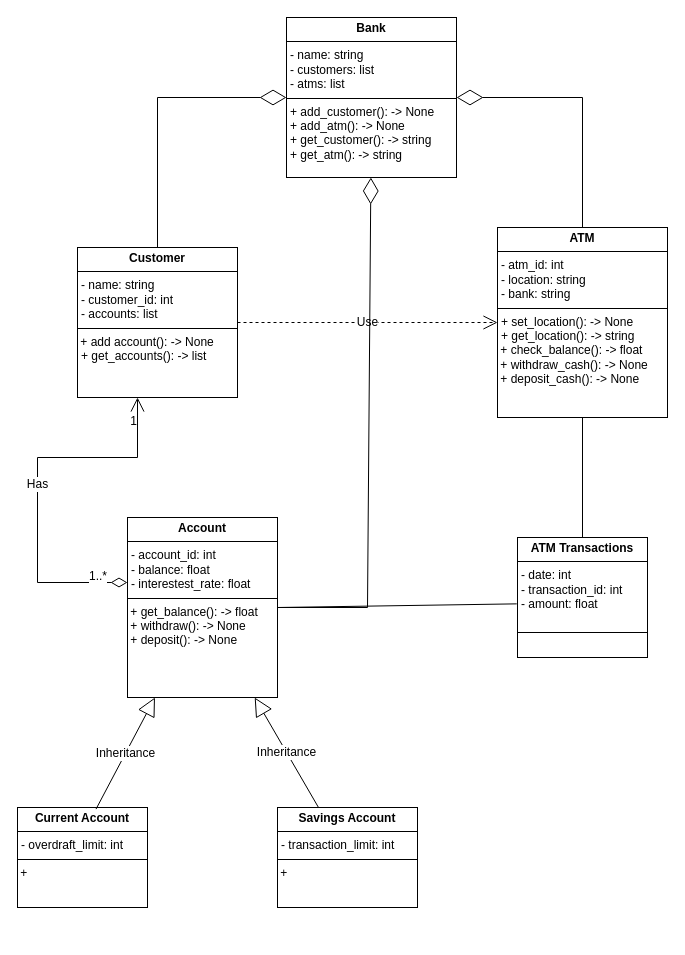
benspz/himolde_spring25 keeps this draw.io diagram as assignment2_class_diagram.drawio. Above is the earlier version. Source tidied: cells renumbered, new cells numbered last; positions are measured from the earlier drawing's top-left corner, leaving out a move shared by most shapes. Both pictures are drawn from the tidied source at 100%, with x=0, y=0 at pixel (17, 17).
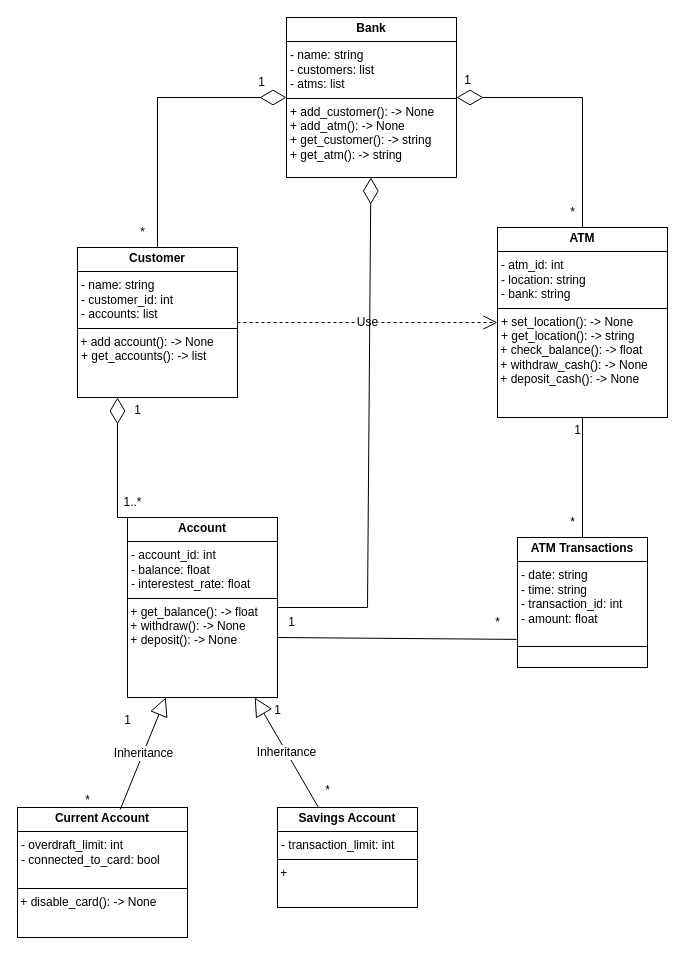
The same page after the edit.

Unchanged cells that the change refers to:
```xml
<mxCell id="3" value="&lt;p style=&quot;margin:0px;margin-top:4px;text-align:center;&quot;&gt;&lt;b&gt;ATM&lt;/b&gt;&lt;/p&gt;&lt;hr size=&quot;1&quot; style=&quot;border-style:solid;&quot;&gt;&lt;p style=&quot;margin:0px;margin-left:4px;&quot;&gt;- atm_id: int&lt;/p&gt;&lt;p style=&quot;margin:0px;margin-left:4px;&quot;&gt;- location: string&lt;/p&gt;&lt;p style=&quot;margin:0px;margin-left:4px;&quot;&gt;- bank: string&lt;/p&gt;&lt;hr size=&quot;1&quot; style=&quot;border-style:solid;&quot;&gt;&lt;p style=&quot;margin:0px;margin-left:4px;&quot;&gt;+ set_location(): -&amp;gt; None&lt;/p&gt;&lt;p style=&quot;margin:0px;margin-left:4px;&quot;&gt;+ get_location(): -&amp;gt; string&lt;/p&gt;&lt;div&gt;&amp;nbsp;+ check_balance(): -&amp;gt; float&lt;/div&gt;&lt;div&gt;&amp;nbsp;+ withdraw_cash(): -&amp;gt; None&lt;/div&gt;&lt;div&gt;&amp;nbsp;+ deposit_cash(): -&amp;gt; None&lt;/div&gt;&lt;p style=&quot;margin:0px;margin-left:4px;&quot;&gt;&lt;br&gt;&lt;/p&gt;" style="verticalAlign=top;align=left;overflow=fill;html=1;whiteSpace=wrap;fontFamily=Helvetica;fontSize=12;fontColor=default;fillColor=none;gradientColor=none;" parent="1" vertex="1">
  <mxGeometry x="480" y="210" width="170" height="190" as="geometry" />
</mxCell>
<mxCell id="4" value="&lt;p style=&quot;margin:0px;margin-top:4px;text-align:center;&quot;&gt;&lt;b&gt;Customer&lt;/b&gt;&lt;/p&gt;&lt;hr size=&quot;1&quot; style=&quot;border-style:solid;&quot;&gt;&lt;p style=&quot;margin:0px;margin-left:4px;&quot;&gt;- name: string&lt;/p&gt;&lt;p style=&quot;margin:0px;margin-left:4px;&quot;&gt;- customer_id: int&lt;/p&gt;&lt;p style=&quot;margin:0px;margin-left:4px;&quot;&gt;- accounts: list&lt;/p&gt;&lt;hr size=&quot;1&quot; style=&quot;border-style:solid;&quot;&gt;&amp;nbsp;+ add account(): -&amp;gt; None&lt;p style=&quot;margin:0px;margin-left:4px;&quot;&gt;+ get_accounts(): -&amp;gt; list&lt;/p&gt;&lt;p style=&quot;margin:0px;margin-left:4px;&quot;&gt;&lt;br&gt;&lt;/p&gt;" style="verticalAlign=top;align=left;overflow=fill;html=1;whiteSpace=wrap;fontFamily=Helvetica;fontSize=12;fontColor=default;fillColor=none;gradientColor=none;" parent="1" vertex="1">
  <mxGeometry x="60" y="230" width="160" height="150" as="geometry" />
</mxCell>
<mxCell id="6" value="&lt;p style=&quot;margin:0px;margin-top:4px;text-align:center;&quot;&gt;&lt;b&gt;Account&lt;/b&gt;&lt;/p&gt;&lt;hr size=&quot;1&quot; style=&quot;border-style:solid;&quot;&gt;&lt;p style=&quot;margin:0px;margin-left:4px;&quot;&gt;- account_id: int&lt;/p&gt;&lt;p style=&quot;margin:0px;margin-left:4px;&quot;&gt;- balance: float&lt;/p&gt;&lt;p style=&quot;margin:0px;margin-left:4px;&quot;&gt;- interestest_rate: float&lt;/p&gt;&lt;hr size=&quot;1&quot; style=&quot;border-style:solid;&quot;&gt;&lt;div&gt;&amp;nbsp;+ get_balance(): -&amp;gt; float&lt;/div&gt;&lt;div&gt;&amp;nbsp;+ withdraw(): -&amp;gt; None&lt;/div&gt;&lt;div&gt;&amp;nbsp;+ deposit(): -&amp;gt; None&lt;/div&gt;&lt;div&gt;&lt;br&gt;&lt;/div&gt;&lt;p style=&quot;margin:0px;margin-left:4px;&quot;&gt;&lt;br&gt;&lt;/p&gt;" style="verticalAlign=top;align=left;overflow=fill;html=1;whiteSpace=wrap;fontFamily=Helvetica;fontSize=12;fontColor=default;fillColor=none;gradientColor=none;" parent="1" vertex="1">
  <mxGeometry x="110" y="500" width="150" height="180" as="geometry" />
</mxCell>
```

Change to the diagram source:
```diff
@@
-    <mxCell id="5" value="&lt;p style=&quot;margin:0px;margin-top:4px;text-align:center;&quot;&gt;&lt;b&gt;Current Account&lt;/b&gt;&lt;/p&gt;&lt;hr size=&quot;1&quot; style=&quot;border-style:solid;&quot;&gt;&lt;p style=&quot;margin:0px;margin-left:4px;&quot;&gt;- overdraft_limit: int&lt;/p&gt;&lt;hr size=&quot;1&quot; style=&quot;border-style:solid;&quot;&gt;&amp;nbsp;+ &lt;br&gt;&lt;p style=&quot;margin:0px;margin-left:4px;&quot;&gt;&lt;br&gt;&lt;/p&gt;" style="verticalAlign=top;align=left;overflow=fill;html=1;whiteSpace=wrap;fontFamily=Helvetica;fontSize=12;fontColor=default;fillColor=none;gradientColor=none;" parent="1" vertex="1">
-      <mxGeometry y="790" width="130" height="100" as="geometry" />
+    <mxCell id="5" value="&lt;p style=&quot;margin:0px;margin-top:4px;text-align:center;&quot;&gt;&lt;b&gt;Current Account&lt;/b&gt;&lt;/p&gt;&lt;hr size=&quot;1&quot; style=&quot;border-style:solid;&quot;&gt;&lt;p style=&quot;margin:0px;margin-left:4px;&quot;&gt;- overdraft_limit: int&lt;/p&gt;&lt;p style=&quot;margin:0px;margin-left:4px;&quot;&gt;- connected_to_card: bool&lt;/p&gt;&lt;p style=&quot;margin:0px;margin-left:4px;&quot;&gt;&lt;br&gt;&lt;/p&gt;&lt;hr size=&quot;1&quot; style=&quot;border-style:solid;&quot;&gt;&amp;nbsp;+ disable_card(): -&amp;gt; None&lt;p style=&quot;margin:0px;margin-left:4px;&quot;&gt;&lt;br&gt;&lt;/p&gt;" style="verticalAlign=top;align=left;overflow=fill;html=1;whiteSpace=wrap;fontFamily=Helvetica;fontSize=12;fontColor=default;fillColor=none;gradientColor=none;" parent="1" vertex="1">
+      <mxGeometry y="790" width="170" height="130" as="geometry" />
     </mxCell>
@@
-    <mxCell id="7" value="&lt;p style=&quot;margin:0px;margin-top:4px;text-align:center;&quot;&gt;&lt;b&gt;ATM Transactions&lt;/b&gt;&lt;/p&gt;&lt;hr size=&quot;1&quot; style=&quot;border-style:solid;&quot;&gt;&lt;p style=&quot;margin:0px;margin-left:4px;&quot;&gt;- date: int&lt;/p&gt;&lt;p style=&quot;margin:0px;margin-left:4px;&quot;&gt;- transaction_id: int&lt;/p&gt;&lt;p style=&quot;margin:0px;margin-left:4px;&quot;&gt;- amount: float&lt;/p&gt;&lt;p style=&quot;margin:0px;margin-left:4px;&quot;&gt;&lt;br&gt;&lt;/p&gt;&lt;hr size=&quot;1&quot; style=&quot;border-style:solid;&quot;&gt;" style="verticalAlign=top;align=left;overflow=fill;html=1;whiteSpace=wrap;fontFamily=Helvetica;fontSize=12;fontColor=default;fillColor=none;gradientColor=none;" parent="1" vertex="1">
-      <mxGeometry x="500" y="520" width="130" height="120" as="geometry" />
+    <mxCell id="7" value="&lt;p style=&quot;margin:0px;margin-top:4px;text-align:center;&quot;&gt;&lt;b&gt;ATM Transactions&lt;/b&gt;&lt;/p&gt;&lt;hr size=&quot;1&quot; style=&quot;border-style:solid;&quot;&gt;&lt;p style=&quot;margin:0px;margin-left:4px;&quot;&gt;- date: string&lt;/p&gt;&lt;p style=&quot;margin:0px;margin-left:4px;&quot;&gt;- time: string&lt;/p&gt;&lt;p style=&quot;margin:0px;margin-left:4px;&quot;&gt;- transaction_id: int&lt;/p&gt;&lt;p style=&quot;margin:0px;margin-left:4px;&quot;&gt;- amount: float&lt;/p&gt;&lt;p style=&quot;margin:0px;margin-left:4px;&quot;&gt;&lt;br&gt;&lt;/p&gt;&lt;hr size=&quot;1&quot; style=&quot;border-style:solid;&quot;&gt;" style="verticalAlign=top;align=left;overflow=fill;html=1;whiteSpace=wrap;fontFamily=Helvetica;fontSize=12;fontColor=default;fillColor=none;gradientColor=none;" parent="1" vertex="1">
+      <mxGeometry x="500" y="520" width="130" height="130" as="geometry" />
     </mxCell>
@@
-    <mxCell id="15" value="Has" style="endArrow=open;html=1;endSize=12;startArrow=diamondThin;startSize=14;startFill=0;edgeStyle=orthogonalEdgeStyle;rounded=0;fontFamily=Helvetica;fontSize=12;fontColor=default;" parent="1" edge="1" source="6">
-      <mxGeometry relative="1" as="geometry">
-        <mxPoint x="120" y="380" as="targetPoint" />
-        <Array as="points">
-          <mxPoint x="20" y="565" />
-          <mxPoint x="20" y="440" />
-          <mxPoint x="120" y="440" />
-        </Array>
-      </mxGeometry>
-    </mxCell>
+    <mxCell id="18" style="endArrow=none;html=1;rounded=0;fontFamily=Helvetica;fontSize=12;fontColor=default;entryX=-0.006;entryY=0.553;entryDx=0;entryDy=0;entryPerimeter=0;exitX=1;exitY=0.5;exitDx=0;exitDy=0;" parent="1" edge="1">
+      <mxGeometry relative="1" as="geometry">
+        <mxPoint x="260" y="620" as="sourcePoint" />
+        <mxPoint x="499.2" y="621.9" as="targetPoint" />
+      </mxGeometry>
+    </mxCell>
+    <mxCell id="20" style="endArrow=diamondThin;endFill=0;endSize=24;html=1;rounded=0;fontFamily=Helvetica;fontSize=12;fontColor=default;entryX=0.25;entryY=1;entryDx=0;entryDy=0;exitX=0.5;exitY=0;exitDx=0;exitDy=0;" parent="1" edge="1" source="6" target="4">
+      <mxGeometry relative="1" as="geometry">
+        <Array as="points">
+          <mxPoint x="100" y="500" />
+        </Array>
+      </mxGeometry>
+    </mxCell>
+    <mxCell id="21" value="*" style="text;html=1;align=center;verticalAlign=middle;strokeColor=none;fillColor=none;fontFamily=Helvetica;fontSize=12;fontColor=default;" parent="1" vertex="1">
+      <mxGeometry x="110" y="200" width="30" height="30" as="geometry" />
+    </mxCell>
+    <mxCell id="22" value="1" style="text;html=1;align=center;verticalAlign=middle;strokeColor=none;fillColor=none;fontFamily=Helvetica;fontSize=12;fontColor=default;" parent="1" vertex="1">
+      <mxGeometry x="229" y="50" width="30" height="30" as="geometry" />
+    </mxCell>
+    <mxCell id="23" value="1" style="text;html=1;align=center;verticalAlign=middle;strokeColor=none;fillColor=none;fontFamily=Helvetica;fontSize=12;fontColor=default;" parent="1" vertex="1">
+      <mxGeometry x="435" y="48" width="30" height="30" as="geometry" />
+    </mxCell>
+    <mxCell id="24" value="*" style="text;html=1;align=center;verticalAlign=middle;strokeColor=none;fillColor=none;fontFamily=Helvetica;fontSize=12;fontColor=default;" parent="1" vertex="1">
+      <mxGeometry x="540" y="180" width="30" height="30" as="geometry" />
+    </mxCell>
+    <mxCell id="25" value="1" style="text;html=1;align=center;verticalAlign=middle;strokeColor=none;fillColor=none;fontFamily=Helvetica;fontSize=12;fontColor=default;" parent="1" vertex="1">
+      <mxGeometry x="105" y="378" width="30" height="30" as="geometry" />
+    </mxCell>
-    <mxCell id="16" value="1..*" style="edgeLabel;html=1;align=left;verticalAlign=top;fontFamily=Helvetica;fontSize=12;fontColor=default;fillColor=none;gradientColor=none;" parent="15" vertex="1">
-      <mxGeometry x="-1" width="40" height="30" relative="1" as="geometry">
-        <mxPoint x="-40" y="-20" as="offset" />
-      </mxGeometry>
+    <mxCell id="16" value="1..*" style="text;html=1;align=center;verticalAlign=middle;strokeColor=none;fillColor=none;fontFamily=Helvetica;fontSize=12;fontColor=default;" parent="1" vertex="1">
+      <mxGeometry x="95" y="470" width="40" height="30" as="geometry" />
     </mxCell>
-    <mxCell id="17" value="1" style="edgeLabel;html=1;align=right;verticalAlign=top;fontFamily=Helvetica;fontSize=12;fontColor=default;fillColor=none;gradientColor=none;" parent="15" vertex="1">
-      <mxGeometry x="1" relative="1" as="geometry">
-        <mxPoint y="10" as="offset" />
-      </mxGeometry>
-    </mxCell>
-    <mxCell id="18" style="endArrow=none;html=1;rounded=0;fontFamily=Helvetica;fontSize=12;fontColor=default;entryX=-0.006;entryY=0.553;entryDx=0;entryDy=0;entryPerimeter=0;exitX=1;exitY=0.5;exitDx=0;exitDy=0;" parent="1" edge="1" source="6" target="7">
-      <mxGeometry relative="1" as="geometry" />
-    </mxCell>
+    <mxCell id="26" value="1" style="text;html=1;align=center;verticalAlign=middle;strokeColor=none;fillColor=none;fontFamily=Helvetica;fontSize=12;fontColor=default;" parent="1" vertex="1">
+      <mxGeometry x="259" y="590" width="30" height="30" as="geometry" />
+    </mxCell>
+    <mxCell id="27" value="*" style="text;html=1;align=center;verticalAlign=middle;strokeColor=none;fillColor=none;fontFamily=Helvetica;fontSize=12;fontColor=default;" parent="1" vertex="1">
+      <mxGeometry x="465" y="590" width="30" height="30" as="geometry" />
+    </mxCell>
-    <mxCell id="19" style="endArrow=none;html=1;rounded=0;fontFamily=Helvetica;fontSize=12;fontColor=default;" parent="1" edge="1" source="7" target="3">
+    <mxCell id="19" style="endArrow=none;html=1;rounded=0;fontFamily=Helvetica;fontSize=12;fontColor=default;entryX=0.5;entryY=1;entryDx=0;entryDy=0;exitX=0.5;exitY=0;exitDx=0;exitDy=0;" parent="1" edge="1" source="7" target="3">
       <mxGeometry relative="1" as="geometry" />
     </mxCell>
+    <mxCell id="28" value="1" style="text;html=1;align=center;verticalAlign=middle;strokeColor=none;fillColor=none;fontFamily=Helvetica;fontSize=12;fontColor=default;" parent="1" vertex="1">
+      <mxGeometry x="545" y="398" width="30" height="30" as="geometry" />
+    </mxCell>
+    <mxCell id="29" value="*" style="text;html=1;align=center;verticalAlign=middle;strokeColor=none;fillColor=none;fontFamily=Helvetica;fontSize=12;fontColor=default;" parent="1" vertex="1">
+      <mxGeometry x="540" y="490" width="30" height="30" as="geometry" />
+    </mxCell>
+    <mxCell id="30" value="1" style="text;html=1;align=center;verticalAlign=middle;strokeColor=none;fillColor=none;fontFamily=Helvetica;fontSize=12;fontColor=default;" parent="1" vertex="1">
+      <mxGeometry x="95" y="688" width="30" height="30" as="geometry" />
+    </mxCell>
+    <mxCell id="31" value="*" style="text;html=1;align=center;verticalAlign=middle;strokeColor=none;fillColor=none;fontFamily=Helvetica;fontSize=12;fontColor=default;" parent="1" vertex="1">
+      <mxGeometry x="55" y="768" width="30" height="30" as="geometry" />
+    </mxCell>
+    <mxCell id="32" value="1" style="text;html=1;align=center;verticalAlign=middle;strokeColor=none;fillColor=none;fontFamily=Helvetica;fontSize=12;fontColor=default;" parent="1" vertex="1">
+      <mxGeometry x="245" y="678" width="30" height="30" as="geometry" />
+    </mxCell>
+    <mxCell id="33" value="*" style="text;html=1;align=center;verticalAlign=middle;strokeColor=none;fillColor=none;fontFamily=Helvetica;fontSize=12;fontColor=default;" parent="1" vertex="1">
+      <mxGeometry x="295" y="758" width="30" height="30" as="geometry" />
+    </mxCell>
```
